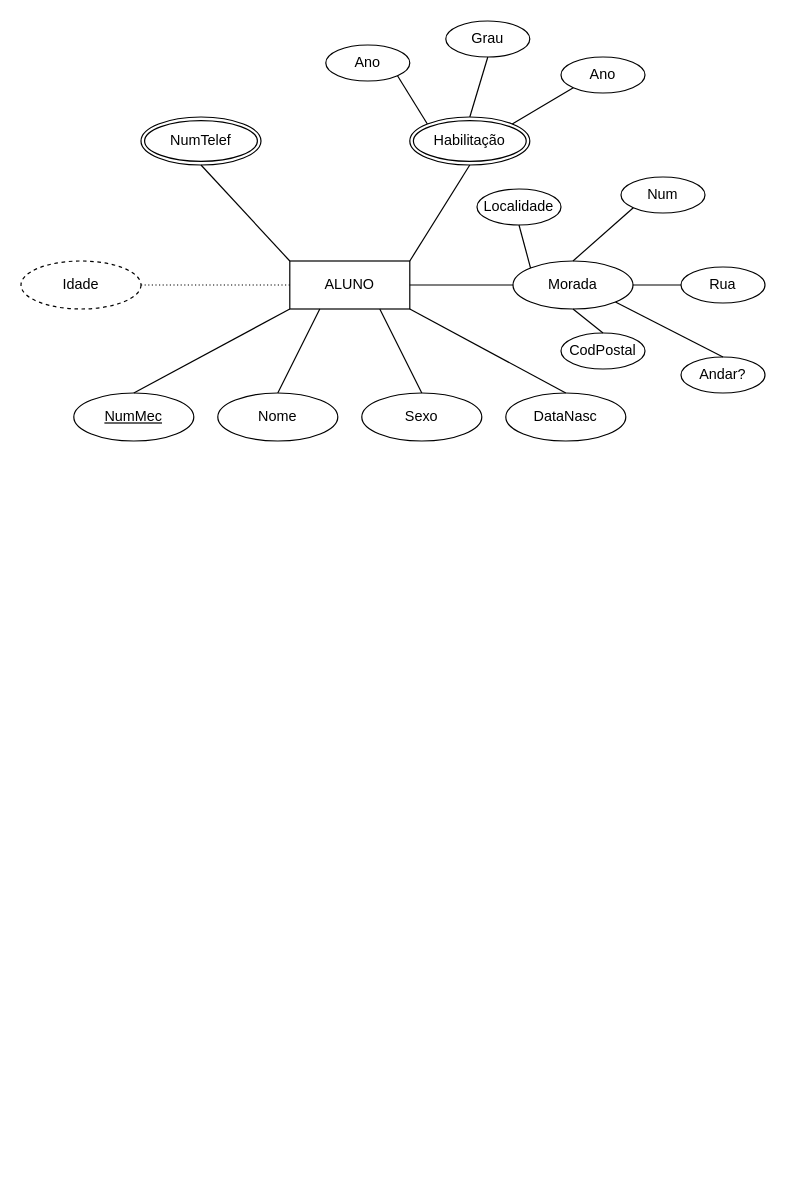
This is DiagramaEscolar.drawio from HenriqueUniLogic/turma2p2024_diagramas, a draw.io file, before an edit. Source tidied: cells renumbered, new cells numbered last; positions are measured from the earlier drawing's top-left corner, leaving out a move shared by most shapes. Both pictures are drawn from the tidied source at 120%, with x=0, y=0 at pixel (20, 20).
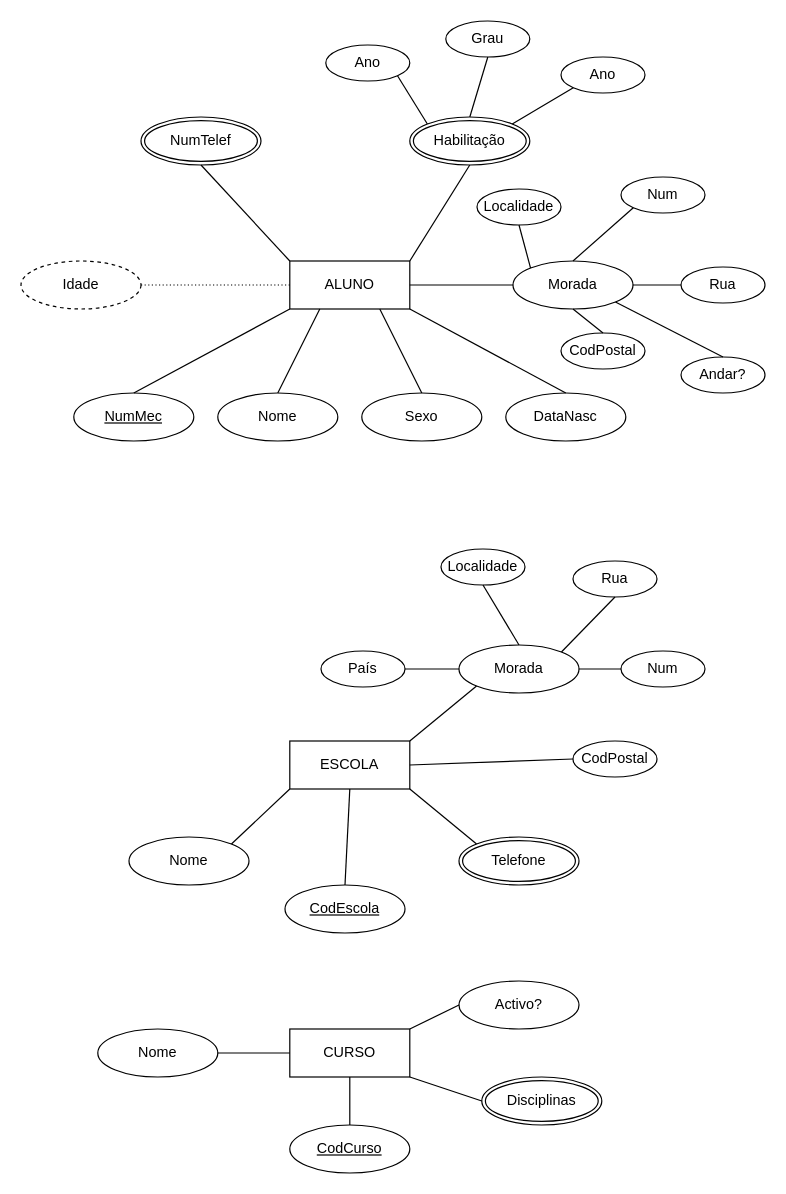
The same diagram, later.

Commit message:
Criação das Entidades Escola e Curso

Change to the diagram source:
```diff
@@
+    <mxCell id="36" value="ESCOLA" style="whiteSpace=wrap;html=1;align=center;" parent="1" vertex="1">
+      <mxGeometry x="224" y="600" width="100" height="40" as="geometry" />
+    </mxCell>
+    <mxCell id="37" value="Nome" style="ellipse;whiteSpace=wrap;html=1;align=center;" parent="1" vertex="1">
+      <mxGeometry x="90" y="680" width="100" height="40" as="geometry" />
+    </mxCell>
+    <mxCell id="38" value="Telefone" style="ellipse;shape=doubleEllipse;margin=3;whiteSpace=wrap;html=1;align=center;" parent="1" vertex="1">
+      <mxGeometry x="365" y="680" width="100" height="40" as="geometry" />
+    </mxCell>
+    <mxCell id="39" value="Morada" style="ellipse;whiteSpace=wrap;html=1;align=center;" parent="1" vertex="1">
+      <mxGeometry x="365" y="520" width="100" height="40" as="geometry" />
+    </mxCell>
+    <mxCell id="40" value="Rua" style="ellipse;whiteSpace=wrap;html=1;align=center;" parent="1" vertex="1">
+      <mxGeometry x="460" y="450" width="70" height="30" as="geometry" />
+    </mxCell>
+    <mxCell id="41" value="Num" style="ellipse;whiteSpace=wrap;html=1;align=center;" parent="1" vertex="1">
+      <mxGeometry x="500" y="525" width="70" height="30" as="geometry" />
+    </mxCell>
+    <mxCell id="42" value="CodPostal" style="ellipse;whiteSpace=wrap;html=1;align=center;" parent="1" vertex="1">
+      <mxGeometry x="460" y="600" width="70" height="30" as="geometry" />
+    </mxCell>
+    <mxCell id="43" value="Localidade" style="ellipse;whiteSpace=wrap;html=1;align=center;" parent="1" vertex="1">
+      <mxGeometry x="350" y="440" width="70" height="30" as="geometry" />
+    </mxCell>
+    <mxCell id="44" value="País" style="ellipse;whiteSpace=wrap;html=1;align=center;" parent="1" vertex="1">
+      <mxGeometry x="250" y="525" width="70" height="30" as="geometry" />
+    </mxCell>
+    <mxCell id="45" value="CodEscola" style="ellipse;whiteSpace=wrap;html=1;align=center;fontStyle=4;" parent="1" vertex="1">
+      <mxGeometry x="220" y="720" width="100" height="40" as="geometry" />
+    </mxCell>
+    <mxCell id="46" style="endArrow=none;html=1;rounded=0;exitX=0.5;exitY=1;exitDx=0;exitDy=0;entryX=0.5;entryY=0;entryDx=0;entryDy=0;" parent="1" edge="1" source="36" target="45">
+      <mxGeometry relative="1" as="geometry" />
+    </mxCell>
+    <mxCell id="47" style="endArrow=none;html=1;rounded=0;exitX=0;exitY=1;exitDx=0;exitDy=0;entryX=1;entryY=0;entryDx=0;entryDy=0;" parent="1" edge="1" source="36" target="37">
+      <mxGeometry relative="1" as="geometry" />
+    </mxCell>
+    <mxCell id="48" style="endArrow=none;html=1;rounded=0;entryX=1;entryY=1;entryDx=0;entryDy=0;exitX=0;exitY=0;exitDx=0;exitDy=0;" parent="1" edge="1" source="38" target="36">
+      <mxGeometry relative="1" as="geometry" />
+    </mxCell>
+    <mxCell id="49" style="endArrow=none;html=1;rounded=0;exitX=1;exitY=0.5;exitDx=0;exitDy=0;entryX=0;entryY=0.5;entryDx=0;entryDy=0;" parent="1" edge="1" source="36" target="42">
+      <mxGeometry relative="1" as="geometry" />
+    </mxCell>
+    <mxCell id="50" style="endArrow=none;html=1;rounded=0;exitX=1;exitY=0;exitDx=0;exitDy=0;entryX=0;entryY=1;entryDx=0;entryDy=0;" parent="1" edge="1" source="36" target="39">
+      <mxGeometry relative="1" as="geometry" />
+    </mxCell>
+    <mxCell id="51" style="endArrow=none;html=1;rounded=0;exitX=0;exitY=0.5;exitDx=0;exitDy=0;entryX=1;entryY=0.5;entryDx=0;entryDy=0;" parent="1" edge="1" source="39" target="44">
+      <mxGeometry relative="1" as="geometry" />
+    </mxCell>
+    <mxCell id="52" style="endArrow=none;html=1;rounded=0;entryX=0.5;entryY=1;entryDx=0;entryDy=0;exitX=0.5;exitY=0;exitDx=0;exitDy=0;" parent="1" edge="1" source="39" target="43">
+      <mxGeometry relative="1" as="geometry" />
+    </mxCell>
+    <mxCell id="53" style="endArrow=none;html=1;rounded=0;exitX=1;exitY=0;exitDx=0;exitDy=0;entryX=0.5;entryY=1;entryDx=0;entryDy=0;" parent="1" edge="1" source="39" target="40">
+      <mxGeometry relative="1" as="geometry" />
+    </mxCell>
+    <mxCell id="54" style="endArrow=none;html=1;rounded=0;exitX=1;exitY=0.5;exitDx=0;exitDy=0;entryX=0;entryY=0.5;entryDx=0;entryDy=0;" parent="1" edge="1" source="39" target="41">
+      <mxGeometry relative="1" as="geometry" />
+    </mxCell>
+    <mxCell id="55" value="CURSO" style="whiteSpace=wrap;html=1;align=center;" parent="1" vertex="1">
+      <mxGeometry x="224" y="840" width="100" height="40" as="geometry" />
+    </mxCell>
+    <mxCell id="56" value="CodCurso" style="ellipse;whiteSpace=wrap;html=1;align=center;fontStyle=4;" parent="1" vertex="1">
+      <mxGeometry x="224" y="920" width="100" height="40" as="geometry" />
+    </mxCell>
+    <mxCell id="57" value="Disciplinas" style="ellipse;shape=doubleEllipse;margin=3;whiteSpace=wrap;html=1;align=center;" parent="1" vertex="1">
+      <mxGeometry x="384" y="880" width="100" height="40" as="geometry" />
+    </mxCell>
+    <mxCell id="58" value="Nome" style="ellipse;whiteSpace=wrap;html=1;align=center;" parent="1" vertex="1">
+      <mxGeometry x="64" y="840" width="100" height="40" as="geometry" />
+    </mxCell>
+    <mxCell id="59" value="Activo?" style="ellipse;whiteSpace=wrap;html=1;align=center;" parent="1" vertex="1">
+      <mxGeometry x="365" y="800" width="100" height="40" as="geometry" />
+    </mxCell>
+    <mxCell id="60" style="endArrow=none;html=1;rounded=0;exitX=1;exitY=0.5;exitDx=0;exitDy=0;entryX=0;entryY=0.5;entryDx=0;entryDy=0;" parent="1" edge="1" source="58" target="55">
+      <mxGeometry relative="1" as="geometry" />
+    </mxCell>
+    <mxCell id="61" style="endArrow=none;html=1;rounded=0;exitX=1;exitY=0;exitDx=0;exitDy=0;entryX=0;entryY=0.5;entryDx=0;entryDy=0;" parent="1" edge="1" source="55" target="59">
+      <mxGeometry relative="1" as="geometry" />
+    </mxCell>
+    <mxCell id="62" style="endArrow=none;html=1;rounded=0;exitX=0.5;exitY=1;exitDx=0;exitDy=0;entryX=0.5;entryY=0;entryDx=0;entryDy=0;" parent="1" edge="1" source="55" target="56">
+      <mxGeometry relative="1" as="geometry" />
+    </mxCell>
+    <mxCell id="63" style="endArrow=none;html=1;rounded=0;exitX=1;exitY=1;exitDx=0;exitDy=0;entryX=0;entryY=0.5;entryDx=0;entryDy=0;" parent="1" edge="1" source="55" target="57">
+      <mxGeometry relative="1" as="geometry" />
+    </mxCell>
```
